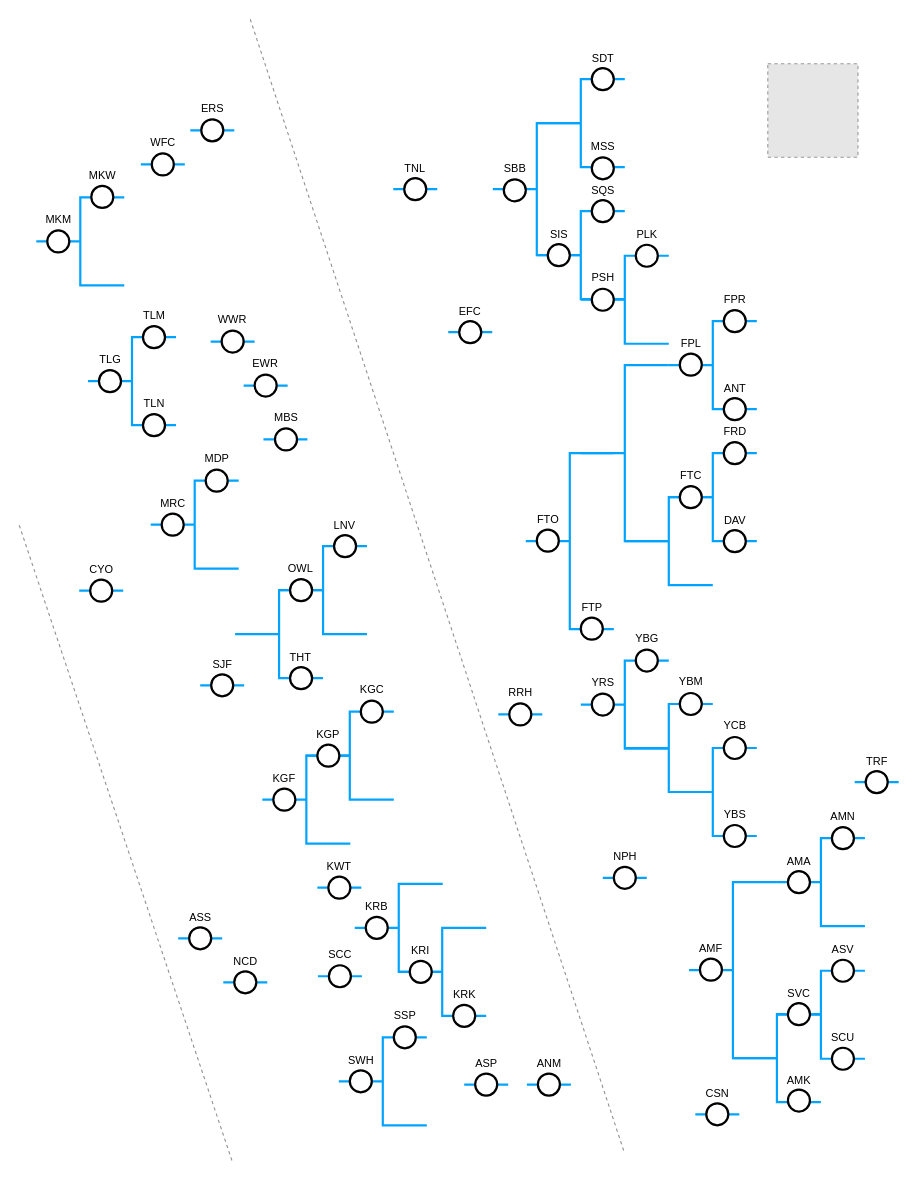
Earlier version of the draw.io diagram ch1 stats flowchart/drawio/cdecnetwork.drawio (elliewhite-usgs/phd-predicting-unguaged-basins). Source tidied: cells renumbered, new cells numbered last; positions are measured from the earlier drawing's top-left corner, leaving out a move shared by most shapes. Both pictures are drawn from the tidied source at 110%, with x=0, y=0 at pixel (19, 19). Pictures stored in the file or linked from it are replaced by grey dashed boxes.
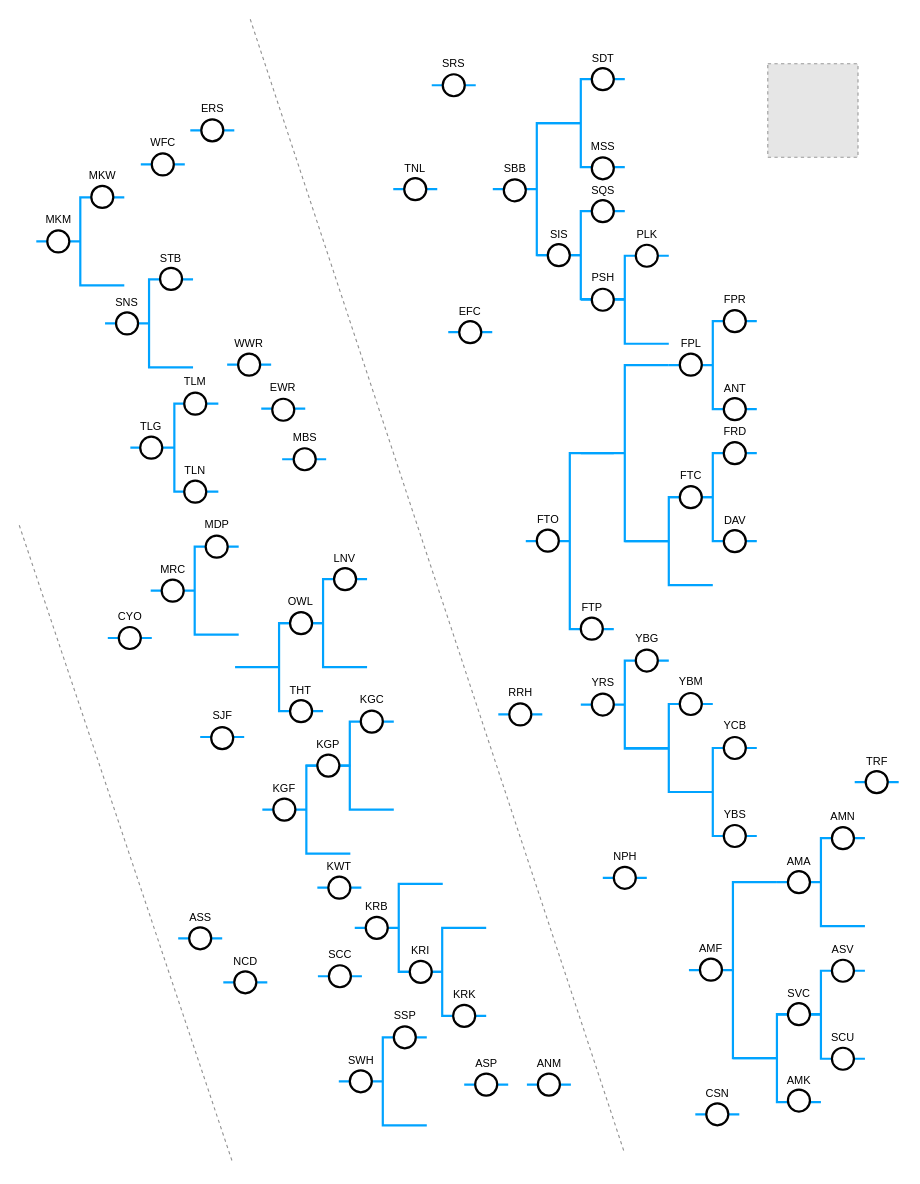
Above is the later version.

The change refers to these unchanged cells:
```xml
<mxCell id="105" style="group;fillColor=none;strokeWidth=2;" parent="104" vertex="1">
  <mxGeometry width="80" height="100" as="geometry" />
</mxCell>
```

Diff of the diagram source:
```diff
@@
     <mxCell id="2" style="group;strokeWidth=2;" parent="1" vertex="1">
-      <mxGeometry x="174" y="263" width="40" height="40" as="geometry" />
+      <mxGeometry x="189" y="284" width="40" height="40" as="geometry" />
     </mxCell>
@@
     <mxCell id="6" style="group;strokeWidth=2;" parent="1" vertex="1">
-      <mxGeometry x="204" y="303" width="40" height="40" as="geometry" />
+      <mxGeometry x="220" y="324" width="40" height="40" as="geometry" />
     </mxCell>
@@
     <mxCell id="8" style="ellipse;whiteSpace=wrap;html=1;strokeWidth=2;" parent="6" vertex="1">
-      <mxGeometry x="10" y="20" width="20" height="20" as="geometry" />
+      <mxGeometry x="10" y="21" width="20" height="20" as="geometry" />
     </mxCell>
@@
     <mxCell id="26" style="group;strokeWidth=2;" parent="1" vertex="1">
-      <mxGeometry x="222.5" y="352" width="40" height="40" as="geometry" />
+      <mxGeometry x="239.5" y="370" width="40" height="40" as="geometry" />
     </mxCell>
@@
     <mxCell id="83" style="group;strokeWidth=2;" parent="1" vertex="1">
-      <mxGeometry x="54.5" y="489.5" width="40" height="40" as="geometry" />
+      <mxGeometry x="80.5" y="532.5" width="40" height="40" as="geometry" />
     </mxCell>
@@
     <mxCell id="103" style="group;strokeWidth=2;" parent="1" vertex="1">
-      <mxGeometry x="62.5" y="258.5" width="90" height="120.5" as="geometry" />
+      <mxGeometry x="100" y="319" width="90" height="120.5" as="geometry" />
     </mxCell>
@@
     <mxCell id="106" style="strokeWidth=2;html=1;shape=mxgraph.flowchart.annotation_2;align=left;fillColor=#dae8fc;strokeColor=#00A3FF;" parent="105" vertex="1">
-      <mxGeometry y="10" width="80" height="80" as="geometry" />
+      <mxGeometry x="1" y="10" width="80" height="80" as="geometry" />
     </mxCell>
@@
     <mxCell id="149" style="group;strokeWidth=2;" parent="1" vertex="1">
-      <mxGeometry x="196.2" y="449.5" width="120" height="159.5" as="geometry" />
+      <mxGeometry x="196.2" y="479.5" width="120" height="159.5" as="geometry" />
     </mxCell>
@@
     <mxCell id="193" style="group;strokeWidth=2;" parent="1" vertex="1">
-      <mxGeometry x="247" y="579.5" width="140.5" height="180" as="geometry" />
+      <mxGeometry x="247" y="588.5" width="140.5" height="180" as="geometry" />
     </mxCell>
@@
     <mxCell id="208" style="group;strokeWidth=2;" parent="1" vertex="1">
-      <mxGeometry x="119.5" y="389" width="90" height="120.5" as="geometry" />
+      <mxGeometry x="119.5" y="449" width="90" height="120.5" as="geometry" />
     </mxCell>
@@
     <mxCell id="216" style="group;strokeWidth=2;" parent="1" vertex="1">
-      <mxGeometry x="164.5" y="575.5" width="40" height="40" as="geometry" />
+      <mxGeometry x="164.5" y="622.5" width="40" height="40" as="geometry" />
     </mxCell>
@@
     <mxCell id="218" style="ellipse;whiteSpace=wrap;html=1;strokeWidth=2;" parent="216" vertex="1">
-      <mxGeometry x="10" y="20" width="20" height="20" as="geometry" />
+      <mxGeometry x="10" y="21" width="20" height="20" as="geometry" />
     </mxCell>
@@
+    <mxCell id="279" style="group;strokeWidth=2;" parent="1" vertex="1">
+      <mxGeometry x="78" y="206" width="90" height="120.5" as="geometry" />
+    </mxCell>
+    <mxCell id="280" style="group;strokeWidth=2;" parent="279" vertex="1">
+      <mxGeometry y="20.5" width="90" height="100" as="geometry" />
+    </mxCell>
+    <mxCell id="281" style="group;fillColor=none;strokeWidth=2;" parent="280" vertex="1">
+      <mxGeometry width="80" height="100" as="geometry" />
+    </mxCell>
+    <mxCell id="282" style="strokeWidth=2;html=1;shape=mxgraph.flowchart.annotation_2;align=left;fillColor=#dae8fc;strokeColor=#00A3FF;" parent="281" vertex="1">
+      <mxGeometry y="10" width="80" height="80" as="geometry" />
+    </mxCell>
+    <mxCell id="283" style="ellipse;whiteSpace=wrap;html=1;strokeWidth=2;" parent="281" vertex="1">
+      <mxGeometry x="50" y="-0.5" width="20" height="20" as="geometry" />
+    </mxCell>
+    <mxCell id="284" style="ellipse;whiteSpace=wrap;html=1;strokeWidth=2;" parent="281" vertex="1">
+      <mxGeometry x="10" y="40" width="20" height="20" as="geometry" />
+    </mxCell>
+    <mxCell id="285" value="&lt;font style=&quot;font-size: 10px&quot;&gt;SNS&lt;/font&gt;" style="text;html=1;strokeColor=none;fillColor=none;align=center;verticalAlign=middle;whiteSpace=wrap;rounded=0;strokeWidth=2;" parent="281" vertex="1">
+      <mxGeometry y="20" width="40" height="20" as="geometry" />
+    </mxCell>
+    <mxCell id="286" value="&lt;span style=&quot;font-size: 10px&quot;&gt;STB&lt;/span&gt;" style="text;html=1;strokeColor=none;fillColor=none;align=center;verticalAlign=middle;whiteSpace=wrap;rounded=0;strokeWidth=2;" parent="279" vertex="1">
+      <mxGeometry x="40" y="0.5" width="40" height="20" as="geometry" />
+    </mxCell>
+    <mxCell id="287" style="group;strokeWidth=2;" parent="1" vertex="1">
+      <mxGeometry x="375" y="30" width="40" height="40" as="geometry" />
+    </mxCell>
+    <mxCell id="288" style="endArrow=none;html=1;fillColor=#dae8fc;strokeColor=#00A3FF;strokeWidth=2;" parent="287" edge="1">
+      <mxGeometry relative="1" as="geometry">
+        <mxPoint y="30" as="sourcePoint" />
+        <mxPoint x="40" y="30" as="targetPoint" />
+      </mxGeometry>
+    </mxCell>
+    <mxCell id="289" style="ellipse;whiteSpace=wrap;html=1;strokeWidth=2;" parent="287" vertex="1">
+      <mxGeometry x="10" y="20" width="20" height="20" as="geometry" />
+    </mxCell>
+    <mxCell id="290" value="&lt;font style=&quot;font-size: 10px&quot;&gt;SRS&lt;/font&gt;" style="text;html=1;strokeColor=none;fillColor=none;align=center;verticalAlign=middle;whiteSpace=wrap;rounded=0;strokeWidth=2;" parent="287" vertex="1">
+      <mxGeometry width="40" height="20" as="geometry" />
+    </mxCell>
```
